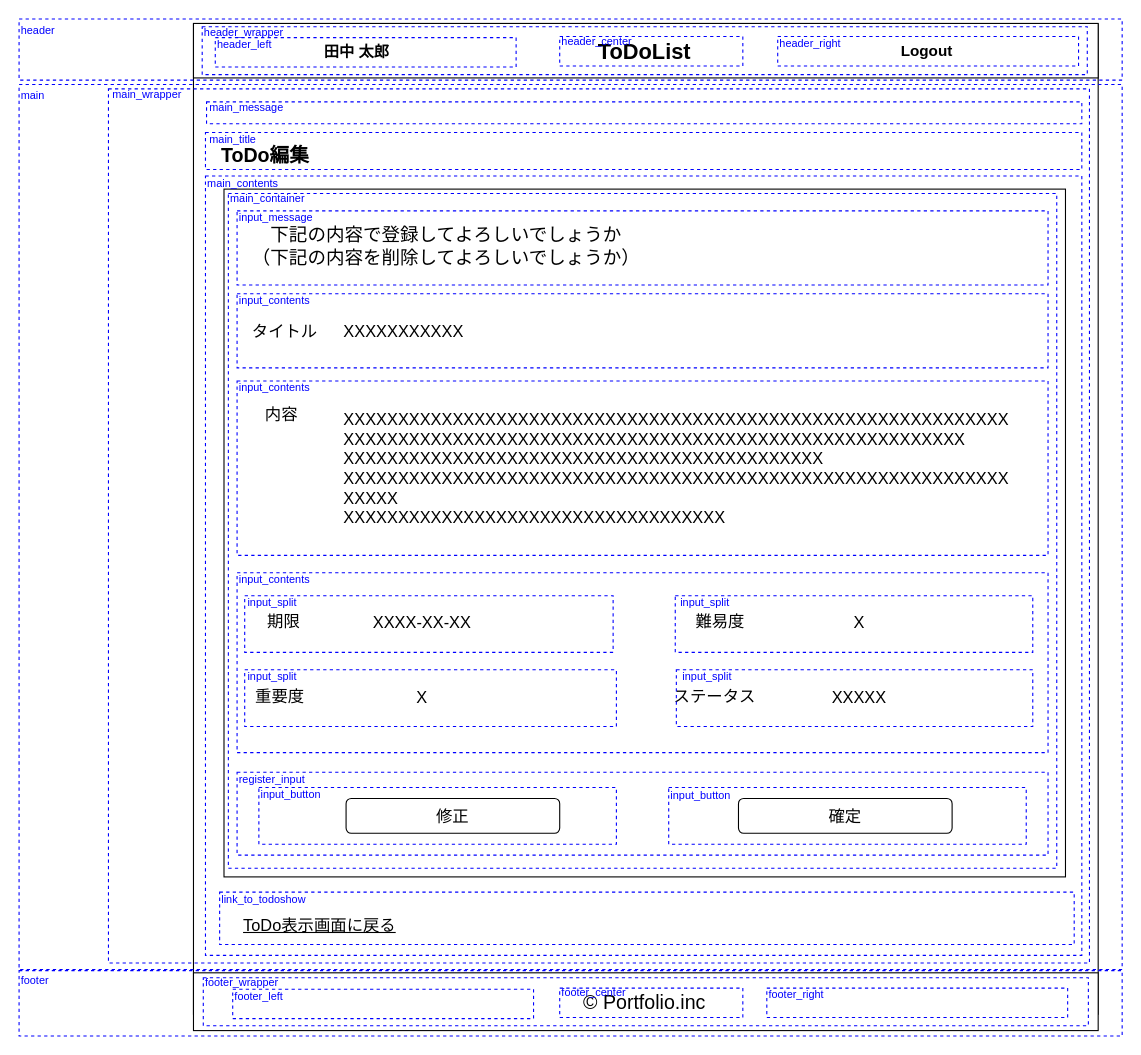
RRRYOOO/portfolio keeps this draw.io diagram as portfolio03/01/layout/todo_edit_confirm/portfolio03_01_todo_edit_confirm_detail.drawio. Above is the earlier version. Source tidied: cells renumbered, new cells numbered last; positions are measured from the earlier drawing's top-left corner, leaving out a move shared by most shapes. Both pictures are drawn from the tidied source at 109%, with x=0, y=0 at pixel (19, 19).
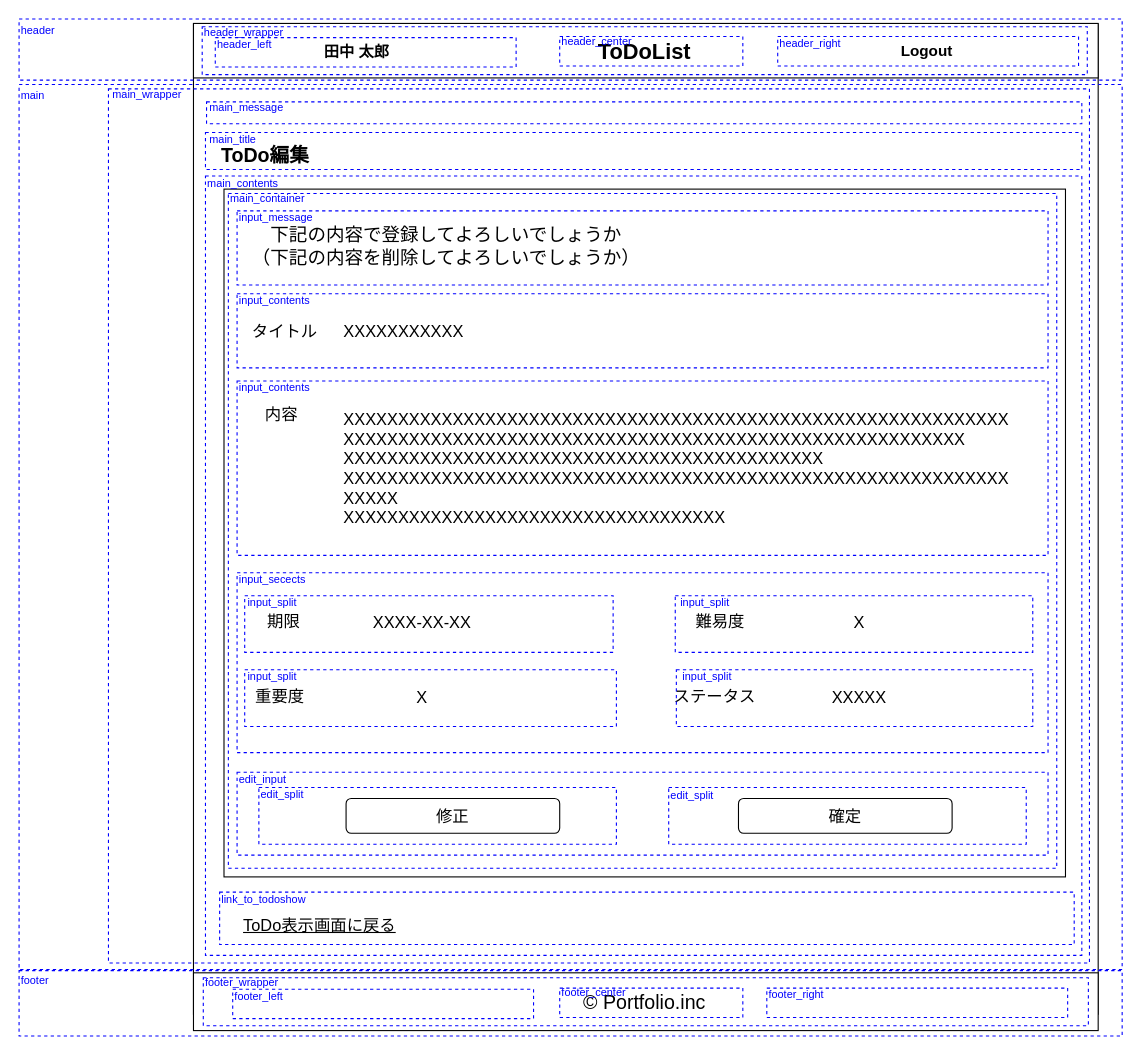
The same diagram, later.

The edit, as a diff of the source:
```diff
@@
-    <mxCell id="59" value="input_contents" style="text;html=1;strokeColor=none;fillColor=none;align=left;verticalAlign=middle;whiteSpace=wrap;rounded=0;dashed=1;fontColor=#0000FF;fontSize=10;" parent="1" vertex="1">
+    <mxCell id="59" value="input_secects" style="text;html=1;strokeColor=none;fillColor=none;align=left;verticalAlign=middle;whiteSpace=wrap;rounded=0;dashed=1;fontColor=#0000FF;fontSize=10;" parent="1" vertex="1">
       <mxGeometry x="200" y="508" width="80" height="12" as="geometry" />
     </mxCell>
@@
-    <mxCell id="63" value="register_input" style="text;html=1;strokeColor=none;fillColor=none;align=left;verticalAlign=middle;whiteSpace=wrap;rounded=0;dashed=1;fontColor=#0000FF;fontSize=10;" parent="1" vertex="1">
+    <mxCell id="63" value="edit_input" style="text;html=1;strokeColor=none;fillColor=none;align=left;verticalAlign=middle;whiteSpace=wrap;rounded=0;dashed=1;fontColor=#0000FF;fontSize=10;" parent="1" vertex="1">
       <mxGeometry x="200" y="691" width="80" height="12" as="geometry" />
     </mxCell>
@@
-    <mxCell id="65" value="input_button" style="text;html=1;strokeColor=none;fillColor=none;align=left;verticalAlign=middle;whiteSpace=wrap;rounded=0;dashed=1;fontColor=#0000FF;fontSize=10;" parent="1" vertex="1">
+    <mxCell id="65" value="edit_split" style="text;html=1;strokeColor=none;fillColor=none;align=left;verticalAlign=middle;whiteSpace=wrap;rounded=0;dashed=1;fontColor=#0000FF;fontSize=10;" parent="1" vertex="1">
       <mxGeometry x="220" y="705" width="101.4" height="12" as="geometry" />
     </mxCell>
@@
-    <mxCell id="68" value="input_button" style="text;html=1;strokeColor=none;fillColor=none;align=left;verticalAlign=middle;whiteSpace=wrap;rounded=0;dashed=1;fontColor=#0000FF;fontSize=10;" parent="1" vertex="1">
+    <mxCell id="68" value="edit_split" style="text;html=1;strokeColor=none;fillColor=none;align=left;verticalAlign=middle;whiteSpace=wrap;rounded=0;dashed=1;fontColor=#0000FF;fontSize=10;" parent="1" vertex="1">
       <mxGeometry x="596" y="706" width="80" height="12" as="geometry" />
     </mxCell>
```
